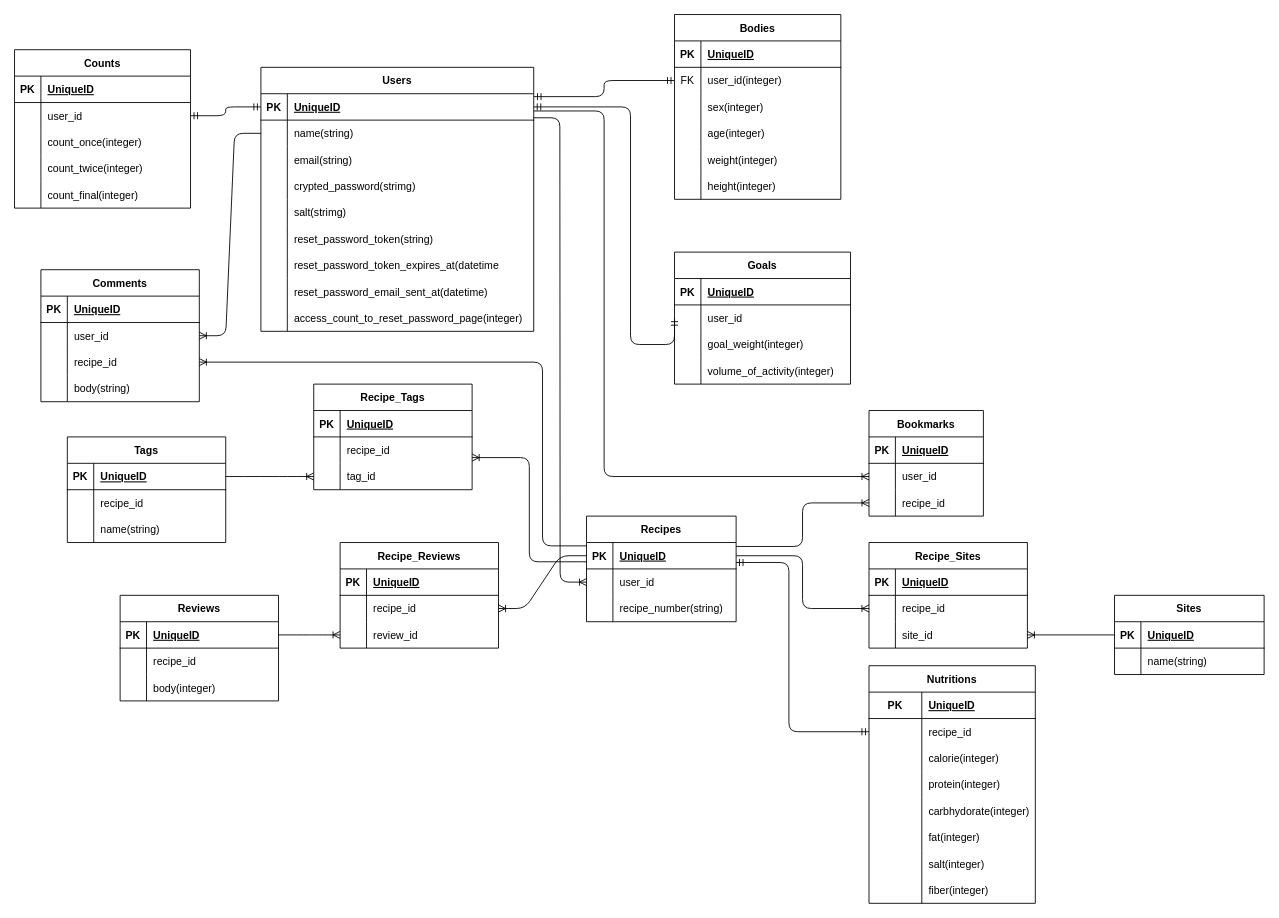
shinotaku1997/slatrition keeps this draw.io diagram as slatrition.drawio. Above is the earlier version. Source tidied: cells renumbered, new cells numbered last; positions are measured from the earlier drawing's top-left corner, leaving out a move shared by most shapes. Both pictures are drawn from the tidied source at 88%, with x=0, y=0 at pixel (14, 14).
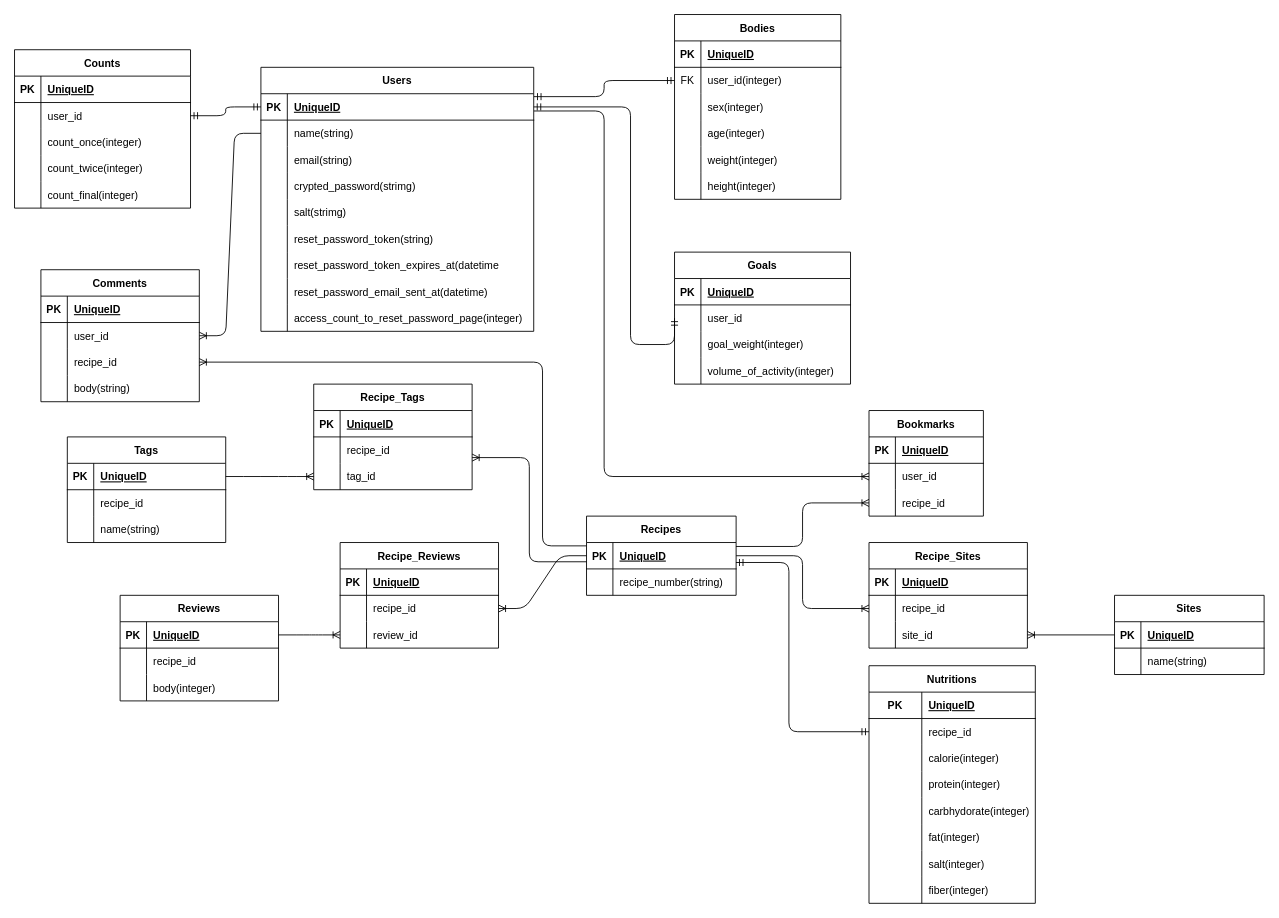
The same page after the edit.

Unchanged cells that the change refers to:
```xml
<mxCell id="3" style="shape=tableRow;horizontal=0;startSize=0;swimlaneHead=0;swimlaneBody=0;fillColor=none;points=[[0,0.5],[1,0.5]];portConstraint=eastwest;top=0;left=0;right=0;bottom=1;" parent="2" vertex="1">
  <mxGeometry y="30" width="310" height="30" as="geometry" />
</mxCell>
```

What changed in the source:
```diff
@@
     <mxCell id="72" value="Recipes" style="shape=table;startSize=30;childLayout=tableLayout;rowLines=0;fontStyle=1;align=center;" parent="1" vertex="1">
-      <mxGeometry x="650" y="570" width="170" height="120" as="geometry" />
+      <mxGeometry x="650" y="570" width="170" height="90" as="geometry" />
     </mxCell>
@@
-    <mxCell id="76" style="shape=tableRow;horizontal=0;startSize=0;swimlaneHead=0;swimlaneBody=0;fillColor=none;points=[[0,0.5],[1,0.5]];portConstraint=eastwest;top=0;left=0;right=0;bottom=0;" parent="72" vertex="1">
-      <mxGeometry y="60" width="170" height="30" as="geometry" />
-    </mxCell>
-    <mxCell id="77" style="shape=partialRectangle;fillColor=none;top=0;left=0;bottom=0;right=0;overflow=hidden;" parent="76" vertex="1">
-      <mxGeometry width="30" height="30" as="geometry" />
-    </mxCell>
-    <mxCell id="78" value="user_id" style="shape=partialRectangle;fillColor=none;top=0;left=0;bottom=0;right=0;align=left;spacingLeft=6;overflow=hidden;" parent="76" vertex="1">
-      <mxGeometry x="30" width="140" height="30" as="geometry" />
-    </mxCell>
     <mxCell id="79" style="shape=tableRow;horizontal=0;startSize=0;swimlaneHead=0;swimlaneBody=0;fillColor=none;top=0;left=0;right=0;bottom=0;" parent="72" vertex="1">
-      <mxGeometry y="90" width="170" height="30" as="geometry" />
+      <mxGeometry y="60" width="170" height="30" as="geometry" />
     </mxCell>
@@
-    <mxCell id="148" style="edgeStyle=entityRelationEdgeStyle;fontSize=12;html=1;endArrow=ERoneToMany;exitX=0.999;exitY=0.911;exitDx=0;exitDy=0;exitPerimeter=0;entryX=0;entryY=0.5;entryDx=0;entryDy=0;" parent="1" edge="1" source="3" target="76">
-      <mxGeometry relative="1" as="geometry" />
-    </mxCell>
```
